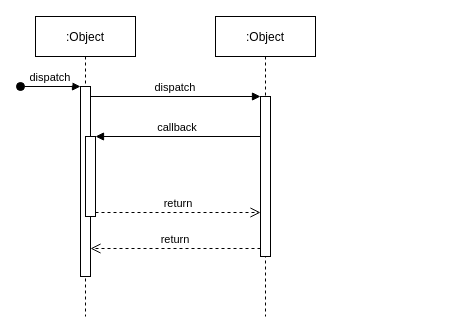
Before: Untitled Diagram.drawio in lapson85/draw, a draw.io diagram. Source tidied: cells renumbered, new cells numbered last; positions are measured from the earlier drawing's top-left corner, leaving out a move shared by most shapes. Both pictures are drawn from the tidied source at 100%, with x=0, y=0 at pixel (20, 16).
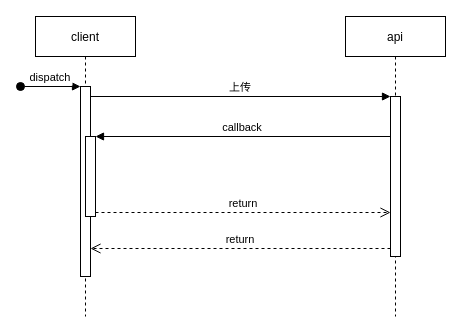
The same diagram, later.

Diff of the diagram source:
```diff
@@
 <mxGraphModel>
   <root>
     <mxCell id="0" />
     <mxCell id="1" parent="0" />
-    <mxCell id="2" value=":Object" style="shape=umlLifeline;perimeter=lifelinePerimeter;rounded=0;shadow=0;strokeWidth=1;" parent="1" vertex="1">
+    <mxCell id="2" value="client" style="shape=umlLifeline;perimeter=lifelinePerimeter;rounded=0;shadow=0;strokeWidth=1;" parent="1" vertex="1">
       <mxGeometry x="15" width="100" height="300" as="geometry" />
     </mxCell>
     <mxCell id="3" style="points=[];perimeter=orthogonalPerimeter;rounded=0;shadow=0;strokeWidth=1;" parent="2" vertex="1">
       <mxGeometry x="45" y="70" width="10" height="190" as="geometry" />
     </mxCell>
     <mxCell id="4" value="dispatch" style="verticalAlign=bottom;startArrow=oval;endArrow=block;startSize=8;shadow=0;strokeWidth=1;" parent="2" edge="1" target="3">
       <mxGeometry relative="1" as="geometry">
         <mxPoint x="-15" y="70" as="sourcePoint" />
       </mxGeometry>
     </mxCell>
     <mxCell id="5" style="points=[];perimeter=orthogonalPerimeter;rounded=0;shadow=0;strokeWidth=1;" parent="2" vertex="1">
       <mxGeometry x="50" y="120" width="10" height="80" as="geometry" />
     </mxCell>
-    <mxCell id="6" value=":Object" style="shape=umlLifeline;perimeter=lifelinePerimeter;rounded=0;shadow=0;strokeWidth=1;" parent="1" vertex="1">
-      <mxGeometry x="195" width="100" height="300" as="geometry" />
+    <mxCell id="6" value="api" style="shape=umlLifeline;perimeter=lifelinePerimeter;rounded=0;shadow=0;strokeWidth=1;" parent="1" vertex="1">
+      <mxGeometry x="325" width="100" height="300" as="geometry" />
     </mxCell>
     <mxCell id="7" style="points=[];perimeter=orthogonalPerimeter;rounded=0;shadow=0;strokeWidth=1;" parent="6" vertex="1">
       <mxGeometry x="45" y="80" width="10" height="160" as="geometry" />
     </mxCell>
     <mxCell id="8" value="return" style="verticalAlign=bottom;endArrow=open;dashed=1;endSize=8;exitX=0;exitY=0.95;shadow=0;strokeWidth=1;" parent="1" edge="1" source="7" target="3">
       <mxGeometry relative="1" as="geometry" />
     </mxCell>
-    <mxCell id="9" value="dispatch" style="verticalAlign=bottom;endArrow=block;entryX=0;entryY=0;shadow=0;strokeWidth=1;" parent="1" edge="1" source="3" target="7">
+    <mxCell id="9" value="上传" style="verticalAlign=bottom;endArrow=block;entryX=0;entryY=0;shadow=0;strokeWidth=1;" parent="1" edge="1" source="3" target="7">
       <mxGeometry relative="1" as="geometry" />
     </mxCell>
     <mxCell id="10" value="callback" style="verticalAlign=bottom;endArrow=block;entryX=1;entryY=0;shadow=0;strokeWidth=1;" parent="1" edge="1" source="7" target="5">
       <mxGeometry relative="1" as="geometry" />
     </mxCell>
     <mxCell id="11" value="return" style="verticalAlign=bottom;endArrow=open;dashed=1;endSize=8;exitX=1;exitY=0.95;shadow=0;strokeWidth=1;" parent="1" edge="1" source="5" target="7">
       <mxGeometry relative="1" as="geometry" />
     </mxCell>
   </root>
 </mxGraphModel>
```
